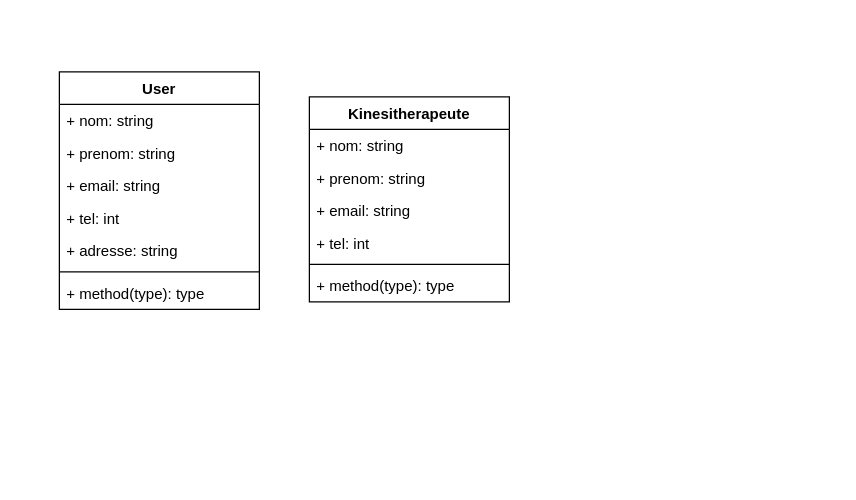
Above: documentation/DC_KCV.drawio in yusrachan/KCV_Project (draw.io), before the change. Source tidied: cells renumbered, new cells numbered last; positions are measured from the earlier drawing's top-left corner, leaving out a move shared by most shapes. Both pictures are drawn from the tidied source at 125%, with x=0, y=0 at pixel (59, 71).
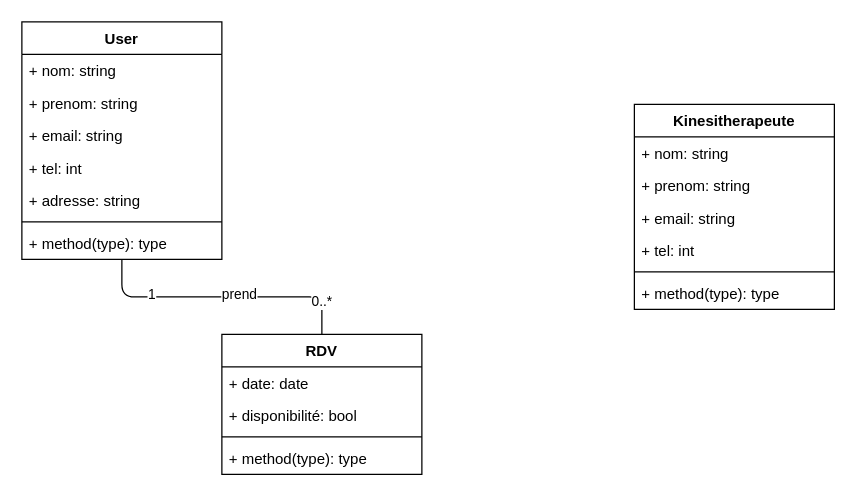
Above is the later version.

Commit message:
ajout diagramme RDV DC

What changed in the source:
```diff
@@
     <mxCell id="2" value="User" style="swimlane;fontStyle=1;align=center;verticalAlign=top;horizontal=1;startSize=26;" parent="1" vertex="1">
-      <mxGeometry width="160" height="190" as="geometry" />
+      <mxGeometry x="-30" y="-40" width="160" height="190" as="geometry" />
     </mxCell>
@@
     <mxCell id="10" value="Kinesitherapeute" style="swimlane;fontStyle=1;align=center;verticalAlign=top;horizontal=1;startSize=26;" parent="1" vertex="1">
-      <mxGeometry x="200" y="20" width="160" height="164" as="geometry" />
+      <mxGeometry x="460" y="26" width="160" height="164" as="geometry" />
     </mxCell>
@@
+    <mxCell id="17" value="RDV" style="swimlane;fontStyle=1;align=center;verticalAlign=top;horizontal=1;startSize=26;" parent="1" vertex="1">
+      <mxGeometry x="130" y="210" width="160" height="112" as="geometry" />
+    </mxCell>
+    <mxCell id="18" value="+ date: date" style="text;strokeColor=none;fillColor=none;align=left;verticalAlign=top;spacingLeft=4;spacingRight=4;overflow=hidden;" parent="17" vertex="1">
+      <mxGeometry y="26" width="160" height="26" as="geometry" />
+    </mxCell>
+    <mxCell id="19" value="+ disponibilité: bool" style="text;strokeColor=none;fillColor=none;align=left;verticalAlign=top;spacingLeft=4;spacingRight=4;overflow=hidden;" parent="17" vertex="1">
+      <mxGeometry y="52" width="160" height="26" as="geometry" />
+    </mxCell>
+    <mxCell id="20" style="line;strokeWidth=1;fillColor=none;align=left;verticalAlign=middle;spacingTop=-1;spacingLeft=3;spacingRight=3;labelPosition=right;strokeColor=inherit;" parent="17" vertex="1">
+      <mxGeometry y="78" width="160" height="8" as="geometry" />
+    </mxCell>
+    <mxCell id="21" value="+ method(type): type" style="text;strokeColor=none;fillColor=none;align=left;verticalAlign=top;spacingLeft=4;spacingRight=4;overflow=hidden;" parent="17" vertex="1">
+      <mxGeometry y="86" width="160" height="26" as="geometry" />
+    </mxCell>
+    <mxCell id="22" style="endArrow=none;html=1;edgeStyle=orthogonalEdgeStyle;entryX=0.5;entryY=0;entryDx=0;entryDy=0;" parent="1" edge="1" source="2" target="17">
+      <mxGeometry relative="1" as="geometry">
+        <Array as="points">
+          <mxPoint x="50" y="180" />
+          <mxPoint x="210" y="180" />
+        </Array>
+      </mxGeometry>
+    </mxCell>
+    <mxCell id="23" value="prend" style="edgeLabel;html=1;align=center;verticalAlign=middle;" parent="22" vertex="1">
+      <mxGeometry x="0.12" y="3" relative="1" as="geometry" />
+    </mxCell>
+    <mxCell id="24" value="1" style="edgeLabel;html=1;align=center;verticalAlign=middle;" parent="22" vertex="1">
+      <mxGeometry x="-0.52" y="3" relative="1" as="geometry" />
+    </mxCell>
+    <mxCell id="25" value="0..*" style="edgeLabel;html=1;align=center;verticalAlign=middle;" parent="22" vertex="1">
+      <mxGeometry x="0.75" y="-1" relative="1" as="geometry" />
+    </mxCell>
```
